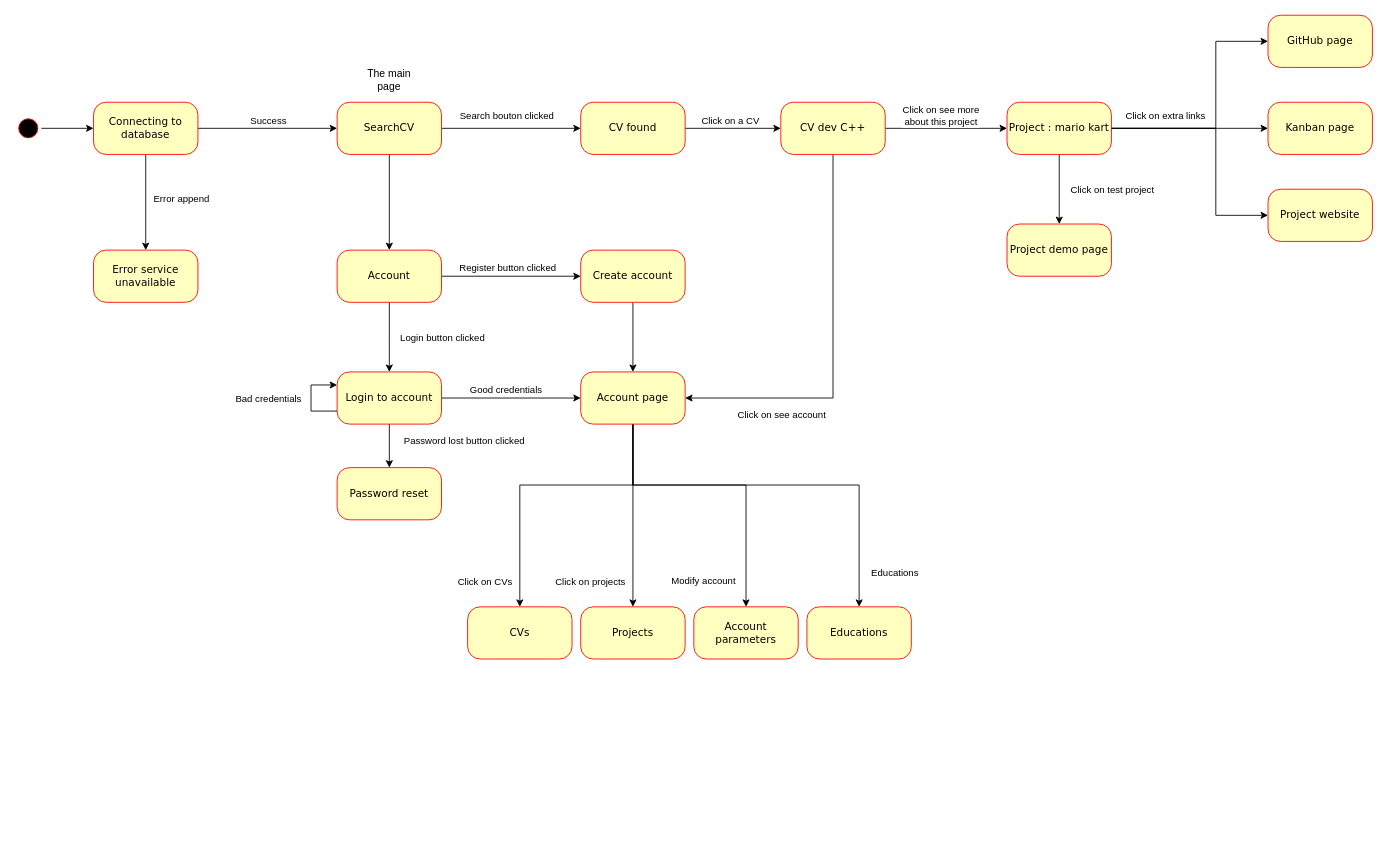
Earlier version of the draw.io diagram Diagram/Views/.drawio (ChristopheQuiniou/EasyFolio). Source tidied: cells renumbered, new cells numbered last; positions are measured from the earlier drawing's top-left corner, leaving out a move shared by most shapes. Both pictures are drawn from the tidied source at 87%, with x=0, y=0 at pixel (15, 15).
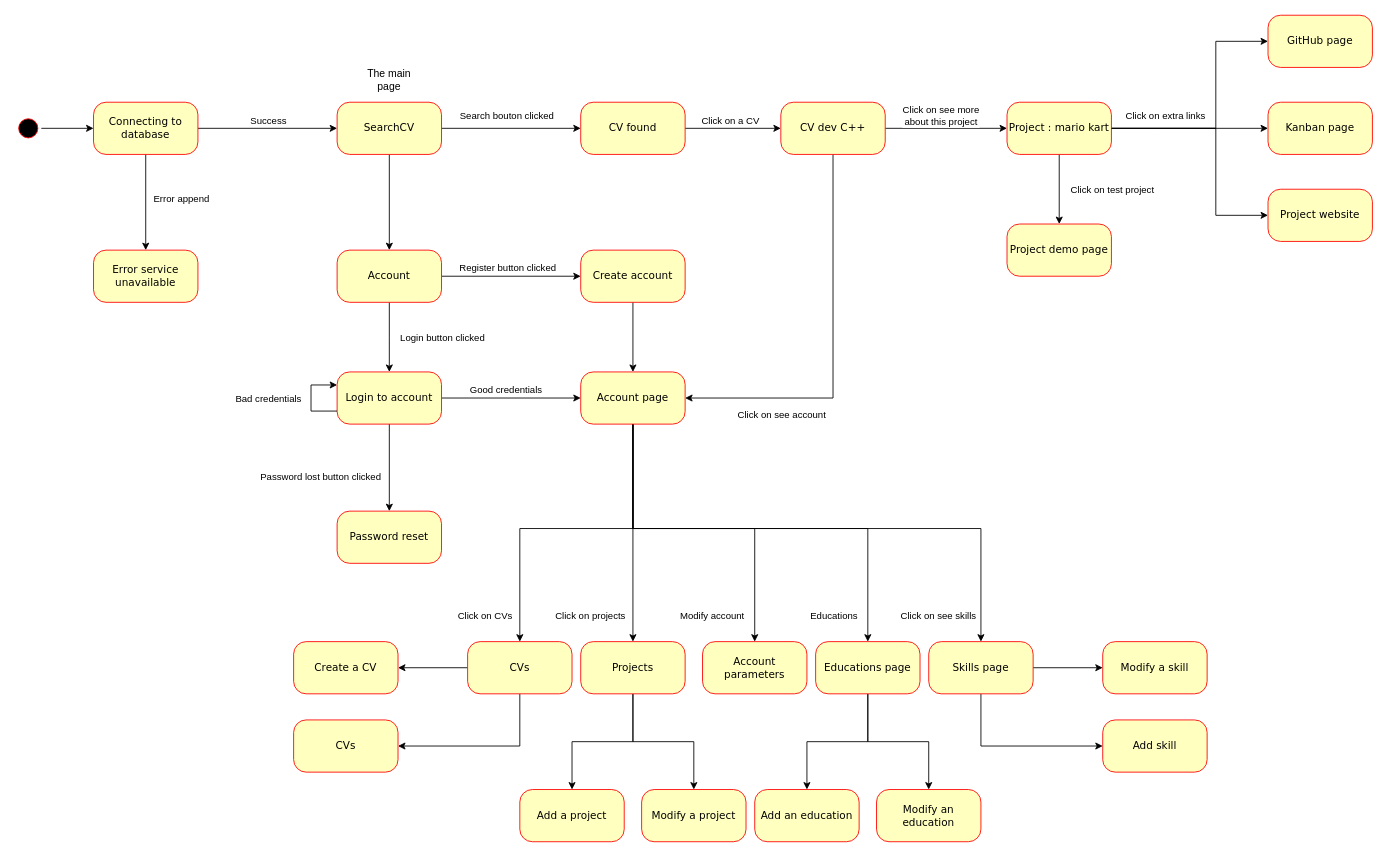
After the change.

Commit message:
Added the pages related to account.drawio

The change refers to these unchanged cells:
```xml
<mxCell id="27" style="edgeStyle=orthogonalEdgeStyle;rounded=0;jettySize=auto;html=1;" parent="1" edge="1" source="29" target="39">
  <mxGeometry relative="1" as="geometry" />
</mxCell>
<mxCell id="32" style="edgeStyle=orthogonalEdgeStyle;rounded=0;jettySize=auto;html=1;" parent="1" edge="1" source="38" target="48">
  <mxGeometry relative="1" as="geometry" />
</mxCell>
<mxCell id="38" value="Account page" style="whiteSpace=wrap;html=1;fontFamily=Verdana;fillColor=#ffffc0;strokeColor=#ff0000;fontColor=#000000;rounded=1;arcSize=24;shadow=0;comic=0;labelBackgroundColor=none;" parent="1" vertex="1">
  <mxGeometry x="650" y="410" width="120" height="60" as="geometry" />
</mxCell>
```

Change to the diagram source:
```diff
@@
     <mxCell id="28" value="Password lost button clicked" style="edgeLabel;html=1;align=center;verticalAlign=middle;" parent="27" vertex="1">
       <mxGeometry x="-0.27" y="-2" relative="1" as="geometry">
-        <mxPoint x="87" as="offset" />
+        <mxPoint x="-78" y="23" as="offset" />
       </mxGeometry>
     </mxCell>
@@
     <mxCell id="30" style="edgeStyle=orthogonalEdgeStyle;rounded=0;jettySize=auto;html=1;" parent="1" edge="1" source="38" target="47">
       <mxGeometry relative="1" as="geometry">
         <Array as="points">
-          <mxPoint x="710" y="540" />
-          <mxPoint x="580" y="540" />
+          <mxPoint x="710" y="590" />
+          <mxPoint x="580" y="590" />
         </Array>
       </mxGeometry>
     </mxCell>
     <mxCell id="31" value="Click on CVs" style="edgeLabel;html=1;align=center;verticalAlign=middle;" parent="30" vertex="1">
       <mxGeometry x="-0.12" y="-1" relative="1" as="geometry">
-        <mxPoint x="-91" y="111" as="offset" />
+        <mxPoint x="-124" y="101" as="offset" />
       </mxGeometry>
     </mxCell>
@@
     <mxCell id="33" value="Click on projects" style="edgeLabel;html=1;align=center;verticalAlign=middle;" parent="32" vertex="1">
       <mxGeometry x="0.3" y="2" relative="1" as="geometry">
-        <mxPoint x="-52" y="43" as="offset" />
+        <mxPoint x="-52" y="57" as="offset" />
       </mxGeometry>
     </mxCell>
     <mxCell id="34" style="edgeStyle=orthogonalEdgeStyle;rounded=0;jettySize=auto;html=1;" parent="1" edge="1" source="38" target="60">
       <mxGeometry relative="1" as="geometry">
         <Array as="points">
-          <mxPoint x="710" y="540" />
-          <mxPoint x="840" y="540" />
+          <mxPoint x="710" y="590" />
+          <mxPoint x="850" y="590" />
         </Array>
       </mxGeometry>
     </mxCell>
     <mxCell id="35" value="Modify account" style="edgeLabel;html=1;align=center;verticalAlign=middle;" parent="34" vertex="1">
       <mxGeometry x="0.76" y="-1" relative="1" as="geometry">
-        <mxPoint x="-49" y="10" as="offset" />
+        <mxPoint x="-49" y="16" as="offset" />
       </mxGeometry>
     </mxCell>
     <mxCell id="36" style="edgeStyle=orthogonalEdgeStyle;rounded=0;jettySize=auto;html=1;" parent="1" edge="1" source="38" target="61">
       <mxGeometry relative="1" as="geometry">
         <Array as="points">
-          <mxPoint x="710" y="540" />
-          <mxPoint x="970" y="540" />
+          <mxPoint x="710" y="590" />
+          <mxPoint x="980" y="590" />
         </Array>
       </mxGeometry>
     </mxCell>
     <mxCell id="37" value="Educations" style="edgeLabel;html=1;align=center;verticalAlign=middle;" parent="36" vertex="1">
       <mxGeometry x="0.77" relative="1" as="geometry">
-        <mxPoint x="40" y="14" as="offset" />
+        <mxPoint x="-40" y="30" as="offset" />
       </mxGeometry>
     </mxCell>
+    <mxCell id="62" style="edgeStyle=orthogonalEdgeStyle;rounded=0;jettySize=auto;html=1;" parent="1" edge="1" source="38" target="72">
+      <mxGeometry relative="1" as="geometry">
+        <Array as="points">
+          <mxPoint x="710" y="590" />
+          <mxPoint x="1110" y="590" />
+        </Array>
+      </mxGeometry>
+    </mxCell>
+    <mxCell id="63" value="Click on see skills" style="edgeLabel;html=1;align=center;verticalAlign=middle;" parent="62" vertex="1">
+      <mxGeometry x="0.89" y="2" relative="1" as="geometry">
+        <mxPoint x="-52" y="6" as="offset" />
+      </mxGeometry>
+    </mxCell>
@@
     <mxCell id="39" value="Password reset" style="rounded=1;whiteSpace=wrap;html=1;arcSize=24;fillColor=#ffffc0;strokeColor=#ff0000;shadow=0;comic=0;labelBackgroundColor=none;fontFamily=Verdana;fontSize=12;fontColor=#000000;align=center;" parent="1" vertex="1">
-      <mxGeometry x="370" y="520" width="120" height="60" as="geometry" />
+      <mxGeometry x="370" y="570" width="120" height="60" as="geometry" />
     </mxCell>
@@
+    <mxCell id="64" style="edgeStyle=orthogonalEdgeStyle;rounded=0;jettySize=auto;html=1;" parent="1" edge="1" source="47" target="79">
+      <mxGeometry relative="1" as="geometry" />
+    </mxCell>
+    <mxCell id="65" style="edgeStyle=orthogonalEdgeStyle;rounded=0;jettySize=auto;html=1;exitX=0.5;exitY=1;exitDx=0;exitDy=0;entryX=1;entryY=0.5;entryDx=0;entryDy=0;" parent="1" edge="1" source="47" target="80">
+      <mxGeometry relative="1" as="geometry" />
+    </mxCell>
     <mxCell id="47" value="CVs" style="whiteSpace=wrap;html=1;fontFamily=Verdana;fillColor=#ffffc0;strokeColor=#ff0000;fontColor=#000000;rounded=1;arcSize=24;shadow=0;comic=0;labelBackgroundColor=none;" parent="1" vertex="1">
-      <mxGeometry x="520" y="680" width="120" height="60" as="geometry" />
+      <mxGeometry x="520" y="720" width="120" height="60" as="geometry" />
     </mxCell>
+    <mxCell id="66" style="edgeStyle=orthogonalEdgeStyle;rounded=0;jettySize=auto;html=1;" parent="1" edge="1" source="48" target="77">
+      <mxGeometry relative="1" as="geometry" />
+    </mxCell>
+    <mxCell id="67" style="edgeStyle=orthogonalEdgeStyle;rounded=0;jettySize=auto;html=1;" parent="1" edge="1" source="48" target="78">
+      <mxGeometry relative="1" as="geometry" />
+    </mxCell>
     <mxCell id="48" value="Projects" style="whiteSpace=wrap;html=1;fontFamily=Verdana;fillColor=#ffffc0;strokeColor=#ff0000;fontColor=#000000;rounded=1;arcSize=24;shadow=0;comic=0;labelBackgroundColor=none;" parent="1" vertex="1">
-      <mxGeometry x="650" y="680" width="120" height="60" as="geometry" />
+      <mxGeometry x="650" y="720" width="120" height="60" as="geometry" />
     </mxCell>
@@
     <mxCell id="60" value="Account parameters" style="whiteSpace=wrap;html=1;fontFamily=Verdana;fillColor=#ffffc0;strokeColor=#ff0000;fontColor=#000000;rounded=1;arcSize=24;shadow=0;comic=0;labelBackgroundColor=none;" parent="1" vertex="1">
-      <mxGeometry x="780" y="680" width="120" height="60" as="geometry" />
+      <mxGeometry x="790" y="720" width="120" height="60" as="geometry" />
     </mxCell>
+    <mxCell id="68" style="edgeStyle=orthogonalEdgeStyle;rounded=0;jettySize=auto;html=1;" parent="1" edge="1" source="61" target="75">
+      <mxGeometry relative="1" as="geometry" />
+    </mxCell>
+    <mxCell id="69" style="edgeStyle=orthogonalEdgeStyle;rounded=0;jettySize=auto;html=1;" parent="1" edge="1" source="61" target="76">
+      <mxGeometry relative="1" as="geometry" />
+    </mxCell>
-    <mxCell id="61" value="Educations" style="whiteSpace=wrap;html=1;fontFamily=Verdana;fillColor=#ffffc0;strokeColor=#ff0000;fontColor=#000000;rounded=1;arcSize=24;shadow=0;comic=0;labelBackgroundColor=none;" parent="1" vertex="1">
-      <mxGeometry x="910" y="680" width="120" height="60" as="geometry" />
+    <mxCell id="61" value="Educations page" style="whiteSpace=wrap;html=1;fontFamily=Verdana;fillColor=#ffffc0;strokeColor=#ff0000;fontColor=#000000;rounded=1;arcSize=24;shadow=0;comic=0;labelBackgroundColor=none;" parent="1" vertex="1">
+      <mxGeometry x="920" y="720" width="120" height="60" as="geometry" />
     </mxCell>
+    <mxCell id="70" style="edgeStyle=orthogonalEdgeStyle;rounded=0;jettySize=auto;html=1;entryX=0;entryY=0.5;entryDx=0;entryDy=0;" parent="1" edge="1" source="72" target="73">
+      <mxGeometry relative="1" as="geometry">
+        <Array as="points">
+          <mxPoint x="1110" y="840" />
+        </Array>
+      </mxGeometry>
+    </mxCell>
+    <mxCell id="71" style="edgeStyle=orthogonalEdgeStyle;rounded=0;jettySize=auto;html=1;" parent="1" edge="1" source="72" target="74">
+      <mxGeometry relative="1" as="geometry" />
+    </mxCell>
+    <mxCell id="72" value="Skills page" style="whiteSpace=wrap;html=1;fontFamily=Verdana;fillColor=#ffffc0;strokeColor=#ff0000;fontColor=#000000;rounded=1;arcSize=24;shadow=0;comic=0;labelBackgroundColor=none;" parent="1" vertex="1">
+      <mxGeometry x="1050" y="720" width="120" height="60" as="geometry" />
+    </mxCell>
+    <mxCell id="73" value="Add skill" style="whiteSpace=wrap;html=1;fontFamily=Verdana;fillColor=#ffffc0;strokeColor=#ff0000;fontColor=#000000;rounded=1;arcSize=24;shadow=0;comic=0;labelBackgroundColor=none;" parent="1" vertex="1">
+      <mxGeometry x="1250" y="810" width="120" height="60" as="geometry" />
+    </mxCell>
+    <mxCell id="74" value="Modify a skill" style="whiteSpace=wrap;html=1;fontFamily=Verdana;fillColor=#ffffc0;strokeColor=#ff0000;fontColor=#000000;rounded=1;arcSize=24;shadow=0;comic=0;labelBackgroundColor=none;" parent="1" vertex="1">
+      <mxGeometry x="1250" y="720" width="120" height="60" as="geometry" />
+    </mxCell>
+    <mxCell id="75" value="Modify an education" style="whiteSpace=wrap;html=1;fontFamily=Verdana;fillColor=#ffffc0;strokeColor=#ff0000;fontColor=#000000;rounded=1;arcSize=24;shadow=0;comic=0;labelBackgroundColor=none;" parent="1" vertex="1">
+      <mxGeometry x="990" y="890" width="120" height="60" as="geometry" />
+    </mxCell>
+    <mxCell id="76" value="Add an education" style="whiteSpace=wrap;html=1;fontFamily=Verdana;fillColor=#ffffc0;strokeColor=#ff0000;fontColor=#000000;rounded=1;arcSize=24;shadow=0;comic=0;labelBackgroundColor=none;" parent="1" vertex="1">
+      <mxGeometry x="850" y="890" width="120" height="60" as="geometry" />
+    </mxCell>
+    <mxCell id="77" value="Modify a project" style="whiteSpace=wrap;html=1;fontFamily=Verdana;fillColor=#ffffc0;strokeColor=#ff0000;fontColor=#000000;rounded=1;arcSize=24;shadow=0;comic=0;labelBackgroundColor=none;" parent="1" vertex="1">
+      <mxGeometry x="720" y="890" width="120" height="60" as="geometry" />
+    </mxCell>
+    <mxCell id="78" value="Add a project" style="whiteSpace=wrap;html=1;fontFamily=Verdana;fillColor=#ffffc0;strokeColor=#ff0000;fontColor=#000000;rounded=1;arcSize=24;shadow=0;comic=0;labelBackgroundColor=none;" parent="1" vertex="1">
+      <mxGeometry x="580" y="890" width="120" height="60" as="geometry" />
+    </mxCell>
+    <mxCell id="79" value="Create a CV" style="whiteSpace=wrap;html=1;fontFamily=Verdana;fillColor=#ffffc0;strokeColor=#ff0000;fontColor=#000000;rounded=1;arcSize=24;shadow=0;comic=0;labelBackgroundColor=none;" parent="1" vertex="1">
+      <mxGeometry x="320" y="720" width="120" height="60" as="geometry" />
+    </mxCell>
+    <mxCell id="80" value="CVs" style="whiteSpace=wrap;html=1;fontFamily=Verdana;fillColor=#ffffc0;strokeColor=#ff0000;fontColor=#000000;rounded=1;arcSize=24;shadow=0;comic=0;labelBackgroundColor=none;" parent="1" vertex="1">
+      <mxGeometry x="320" y="810" width="120" height="60" as="geometry" />
+    </mxCell>
```
